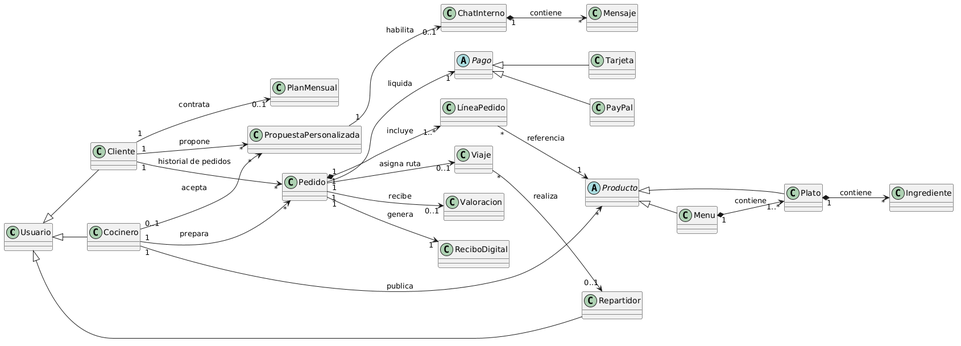
Earlier version of the PlantUML export diagrama de classes/Diagrama_de_Clases.png (NIU1708796/ES26UAB-451-09). The source it was exported from:
```plantuml
@startuml
left to right direction
skinparam packageStyle rectangle

class Usuario
class Cliente
class Cocinero
class Repartidor
class Pedido
abstract Producto
class Plato
class Menu
class ReciboDigital
class Viaje
class Valoracion
class PropuestaPersonalizada
class ChatInterno
class Mensaje
class PlanMensual
class Ingrediente
class LíneaPedido
abstract Pago
class Tarjeta
class PayPal

Usuario <|-- Cliente
Usuario <|-- Cocinero
Usuario <|-- Repartidor

Cliente "1" --> "*" PropuestaPersonalizada : propone
Cocinero "0..1" --> "*" PropuestaPersonalizada : acepta
PropuestaPersonalizada "1" --> "0..1" ChatInterno : habilita
ChatInterno "1" *--> "*" Mensaje : contiene

Cocinero "1" --> "*" Producto : publica
Producto <|-- Plato
Producto <|-- Menu
Menu "1" *--> "1..*" Plato : contiene
Plato "1" *--> "*" Ingrediente : contiene

Cliente "1" --> "*" Pedido : historial de pedidos
Cocinero "1" --> "*" Pedido : prepara
Pedido "1" *--> "1..*" LíneaPedido : incluye
LíneaPedido "*" --> "1" Producto : referencia

Pedido "1" --> "1" ReciboDigital : genera
Pedido "1" --> "0..1" Viaje : asigna ruta
Pedido "1" --> "0..1" Valoracion : recibe
Pedido "1" --> "1" Pago : liquida

Pago <|-- Tarjeta
Pago <|-- PayPal

Viaje "*" --> "0..1" Repartidor : realiza

Cliente "1" --> "0..1" PlanMensual : contrata
@enduml
```
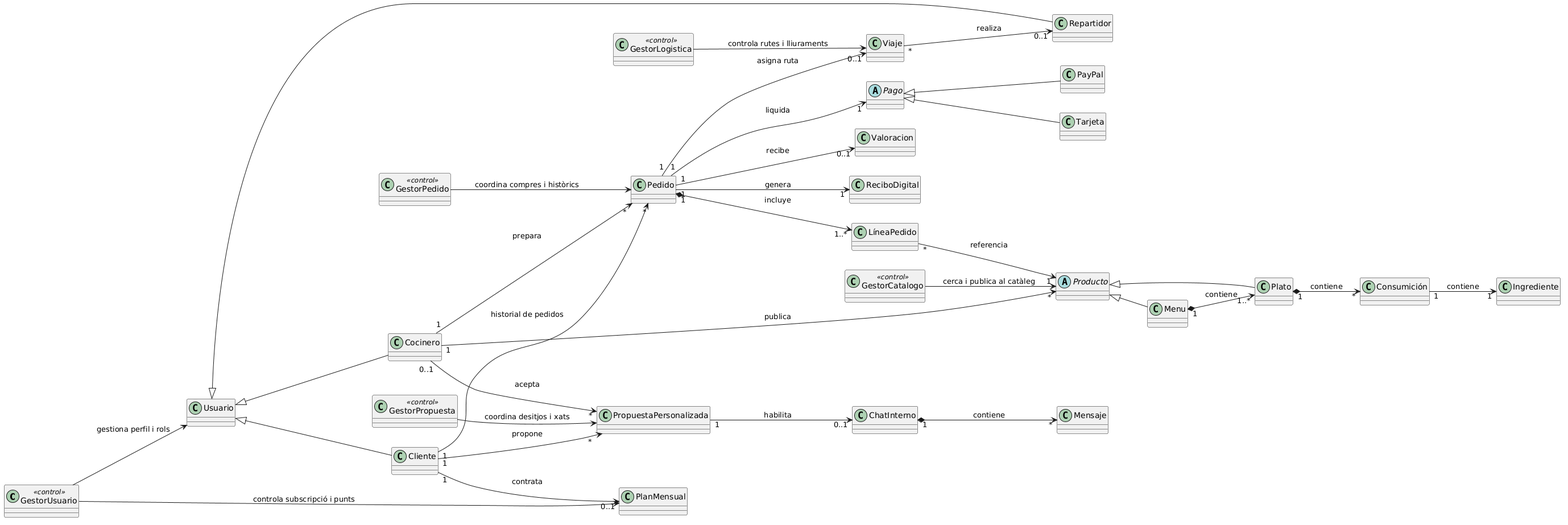
After the commit.

Change to the diagram source:
```diff
@@ -1,13 +1,19 @@
 @startuml
 left to right direction
 skinparam packageStyle rectangle
+
+class GestorUsuario <<control>>
+class GestorPedido <<control>>
+class GestorCatalogo <<control>>
+class GestorLogistica <<control>>
+class GestorPropuesta <<control>>
 
 class Usuario
 class Cliente
 class Cocinero
 class Repartidor
 class Pedido
-abstract Producto
+abstract class Producto
 class Plato
 class Menu
 class ReciboDigital
@@ -19,9 +25,17 @@
 class PlanMensual
 class Ingrediente
 class LíneaPedido
-abstract Pago
+abstract class Pago
 class Tarjeta
 class PayPal
+class Consumición
+
+GestorUsuario --> Usuario : gestiona perfil i rols
+GestorUsuario --> PlanMensual : controla subscripció i punts
+GestorCatalogo --> Producto : cerca i publica al catàleg
+GestorPedido --> Pedido : coordina compres i històrics
+GestorLogistica --> Viaje : controla rutes i lliuraments
+GestorPropuesta --> PropuestaPersonalizada : coordina desitjos i xats
 
 Usuario <|-- Cliente
 Usuario <|-- Cocinero
@@ -36,7 +50,8 @@
 Producto <|-- Plato
 Producto <|-- Menu
 Menu "1" *--> "1..*" Plato : contiene
-Plato "1" *--> "*" Ingrediente : contiene
+Plato "1" *--> "*" Consumición : contiene
+Consumición "1" --> "1" Ingrediente : contiene
 
 Cliente "1" --> "*" Pedido : historial de pedidos
 Cocinero "1" --> "*" Pedido : prepara
```
